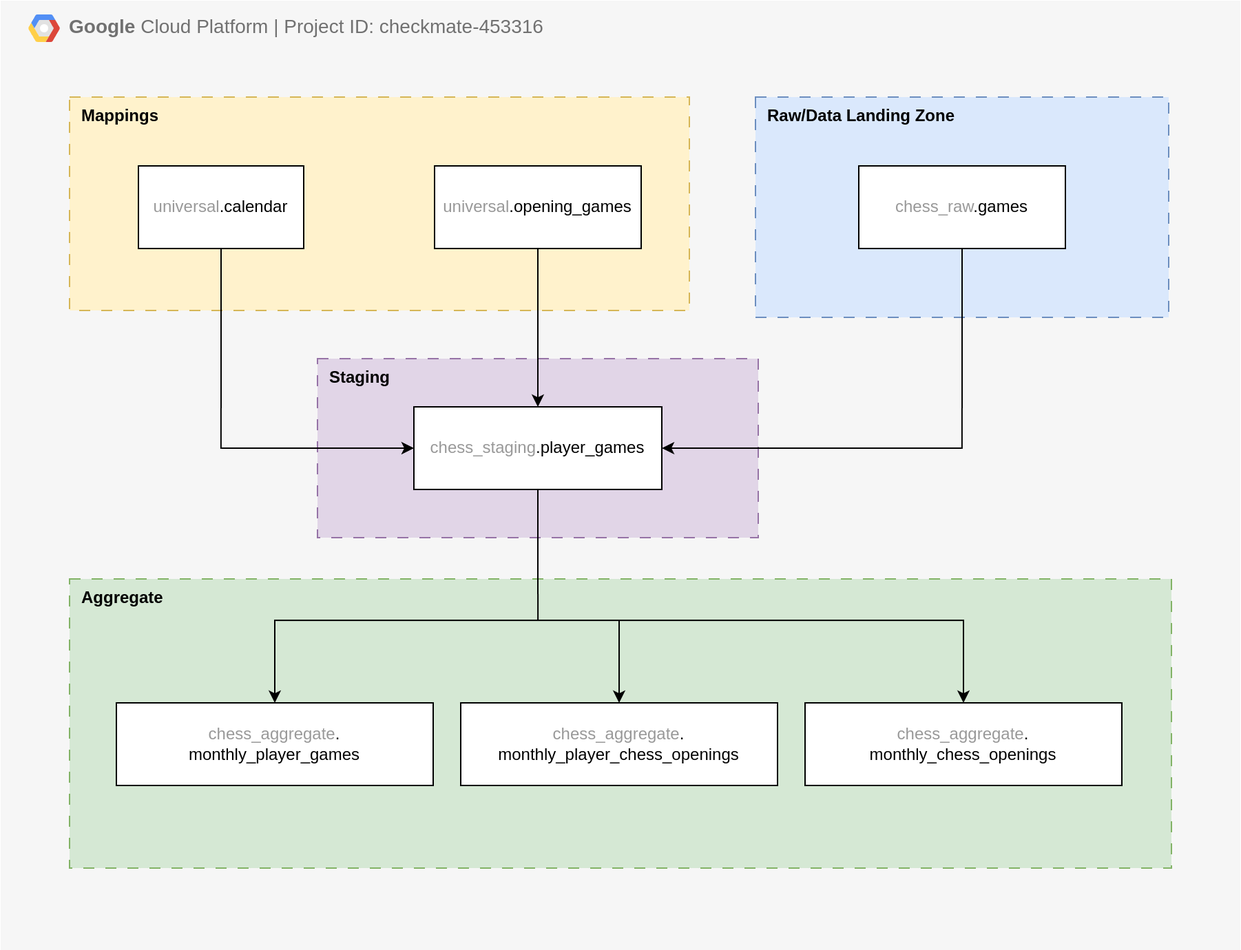
The draw.io diagram diagrams/architecture/exports/sql_tables.png in Filpill/chess_analysis, before a commit. Source tidied: cells renumbered, new cells last; positions are measured from the earlier drawing's top-left corner, leaving out a move shared by most shapes. Source of this version:
```xml
<mxGraphModel>
  <root>
    <mxCell id="0" />
    <mxCell id="1" parent="0" />
    <mxCell id="2" value="&lt;b&gt;Google &lt;/b&gt;Cloud Platform | Project ID: checkmate-453316" style="fillColor=#F6F6F6;strokeColor=none;shadow=0;gradientColor=none;fontSize=14;align=left;spacing=10;fontColor=#717171;9E9E9E;verticalAlign=top;spacingTop=-4;fontStyle=0;spacingLeft=40;html=1;whiteSpace=wrap;" parent="1" vertex="1">
      <mxGeometry width="900" height="690" as="geometry" />
    </mxCell>
    <mxCell id="3" style="shape=mxgraph.gcp2.google_cloud_platform;fillColor=#F6F6F6;strokeColor=none;shadow=0;gradientColor=none;" parent="2" vertex="1">
      <mxGeometry width="23" height="20" relative="1" as="geometry">
        <mxPoint x="20" y="10" as="offset" />
      </mxGeometry>
    </mxCell>
    <mxCell id="4" value="&lt;b&gt;Mappings&lt;/b&gt;" style="rounded=0;whiteSpace=wrap;html=1;dashed=1;dashPattern=8 8;fillColor=#fff2cc;align=left;verticalAlign=top;spacingLeft=7;strokeColor=#d6b656;" parent="1" vertex="1">
      <mxGeometry x="50" y="70" width="450" height="155" as="geometry" />
    </mxCell>
    <mxCell id="5" value="&lt;b&gt;Raw/Data Landing Zone&lt;/b&gt;" style="rounded=0;whiteSpace=wrap;html=1;dashed=1;dashPattern=8 8;fillColor=#dae8fc;align=left;verticalAlign=top;spacingLeft=7;strokeColor=#6c8ebf;" parent="1" vertex="1">
      <mxGeometry x="548" y="70" width="300" height="160" as="geometry" />
    </mxCell>
    <mxCell id="6" value="&lt;b&gt;Staging&lt;/b&gt;" style="rounded=0;whiteSpace=wrap;html=1;dashed=1;dashPattern=8 8;fillColor=#e1d5e7;align=left;verticalAlign=top;spacingLeft=7;strokeColor=#9673a6;" parent="1" vertex="1">
      <mxGeometry x="230" y="260" width="320" height="130" as="geometry" />
    </mxCell>
    <mxCell id="7" value="&lt;b&gt;Aggregate&lt;/b&gt;" style="rounded=0;whiteSpace=wrap;html=1;dashed=1;dashPattern=8 8;fillColor=#d5e8d4;align=left;verticalAlign=top;spacingLeft=7;strokeColor=#82b366;" parent="1" vertex="1">
      <mxGeometry x="50" y="420" width="800" height="210" as="geometry" />
    </mxCell>
    <mxCell id="8" style="edgeStyle=orthogonalEdgeStyle;rounded=0;jettySize=auto;html=1;exitX=0.5;exitY=1;exitDx=0;exitDy=0;entryX=0;entryY=0.5;entryDx=0;entryDy=0;" parent="1" edge="1" source="9" target="17">
      <mxGeometry relative="1" as="geometry" />
    </mxCell>
    <mxCell id="9" value="&lt;font style=&quot;color: rgb(153, 153, 153);&quot;&gt;universal&lt;/font&gt;.calendar" style="rounded=0;whiteSpace=wrap;html=1;" parent="1" vertex="1">
      <mxGeometry x="100" y="120" width="120" height="60" as="geometry" />
    </mxCell>
    <mxCell id="10" style="edgeStyle=orthogonalEdgeStyle;rounded=0;jettySize=auto;html=1;exitX=0.5;exitY=1;exitDx=0;exitDy=0;entryX=0.5;entryY=0;entryDx=0;entryDy=0;" parent="1" edge="1" source="11" target="17">
      <mxGeometry relative="1" as="geometry" />
    </mxCell>
    <mxCell id="11" value="&lt;font style=&quot;color: rgb(153, 153, 153);&quot;&gt;universal&lt;/font&gt;.opening_games" style="rounded=0;whiteSpace=wrap;html=1;" parent="1" vertex="1">
      <mxGeometry x="315" y="120" width="150" height="60" as="geometry" />
    </mxCell>
    <mxCell id="12" style="edgeStyle=orthogonalEdgeStyle;rounded=0;jettySize=auto;html=1;exitX=0.5;exitY=1;exitDx=0;exitDy=0;entryX=1;entryY=0.5;entryDx=0;entryDy=0;" parent="1" edge="1" source="13" target="17">
      <mxGeometry relative="1" as="geometry" />
    </mxCell>
    <mxCell id="13" value="&lt;font style=&quot;color: rgb(153, 153, 153);&quot;&gt;chess_raw&lt;/font&gt;.games" style="rounded=0;whiteSpace=wrap;html=1;" parent="1" vertex="1">
      <mxGeometry x="623" y="120" width="150" height="60" as="geometry" />
    </mxCell>
    <mxCell id="14" style="edgeStyle=orthogonalEdgeStyle;rounded=0;jettySize=auto;html=1;exitX=0.5;exitY=1;exitDx=0;exitDy=0;" parent="1" edge="1" source="17" target="18">
      <mxGeometry relative="1" as="geometry">
        <Array as="points">
          <mxPoint x="390" y="450" />
          <mxPoint x="199" y="450" />
        </Array>
      </mxGeometry>
    </mxCell>
    <mxCell id="15" style="edgeStyle=orthogonalEdgeStyle;rounded=0;jettySize=auto;html=1;exitX=0.5;exitY=1;exitDx=0;exitDy=0;entryX=0.5;entryY=0;entryDx=0;entryDy=0;" parent="1" edge="1" source="17" target="19">
      <mxGeometry relative="1" as="geometry">
        <Array as="points">
          <mxPoint x="390" y="450" />
          <mxPoint x="449" y="450" />
        </Array>
      </mxGeometry>
    </mxCell>
    <mxCell id="16" style="edgeStyle=orthogonalEdgeStyle;rounded=0;jettySize=auto;html=1;exitX=0.5;exitY=1;exitDx=0;exitDy=0;" parent="1" edge="1" source="17" target="20">
      <mxGeometry relative="1" as="geometry">
        <Array as="points">
          <mxPoint x="390" y="450" />
          <mxPoint x="699" y="450" />
        </Array>
      </mxGeometry>
    </mxCell>
    <mxCell id="17" value="&lt;font style=&quot;color: rgb(153, 153, 153);&quot;&gt;chess_staging&lt;/font&gt;.player_games" style="rounded=0;whiteSpace=wrap;html=1;" parent="1" vertex="1">
      <mxGeometry x="300" y="295" width="180" height="60" as="geometry" />
    </mxCell>
    <mxCell id="18" value="&lt;font style=&quot;color: rgb(153, 153, 153);&quot;&gt;chess_aggregate&lt;/font&gt;.&lt;div&gt;monthly_player_games&lt;/div&gt;" style="rounded=0;whiteSpace=wrap;html=1;" parent="1" vertex="1">
      <mxGeometry x="84" y="510" width="230" height="60" as="geometry" />
    </mxCell>
    <mxCell id="19" value="&lt;font style=&quot;color: rgb(153, 153, 153);&quot;&gt;chess_aggregate&lt;/font&gt;.&lt;div&gt;monthly_player_chess_openings&lt;/div&gt;" style="rounded=0;whiteSpace=wrap;html=1;" parent="1" vertex="1">
      <mxGeometry x="334" y="510" width="230" height="60" as="geometry" />
    </mxCell>
    <mxCell id="20" value="&lt;font style=&quot;color: rgb(153, 153, 153);&quot;&gt;chess_aggregate&lt;/font&gt;.&lt;div&gt;monthly_chess_openings&lt;/div&gt;" style="rounded=0;whiteSpace=wrap;html=1;" parent="1" vertex="1">
      <mxGeometry x="584" y="510" width="230" height="60" as="geometry" />
    </mxCell>
  </root>
</mxGraphModel>
```
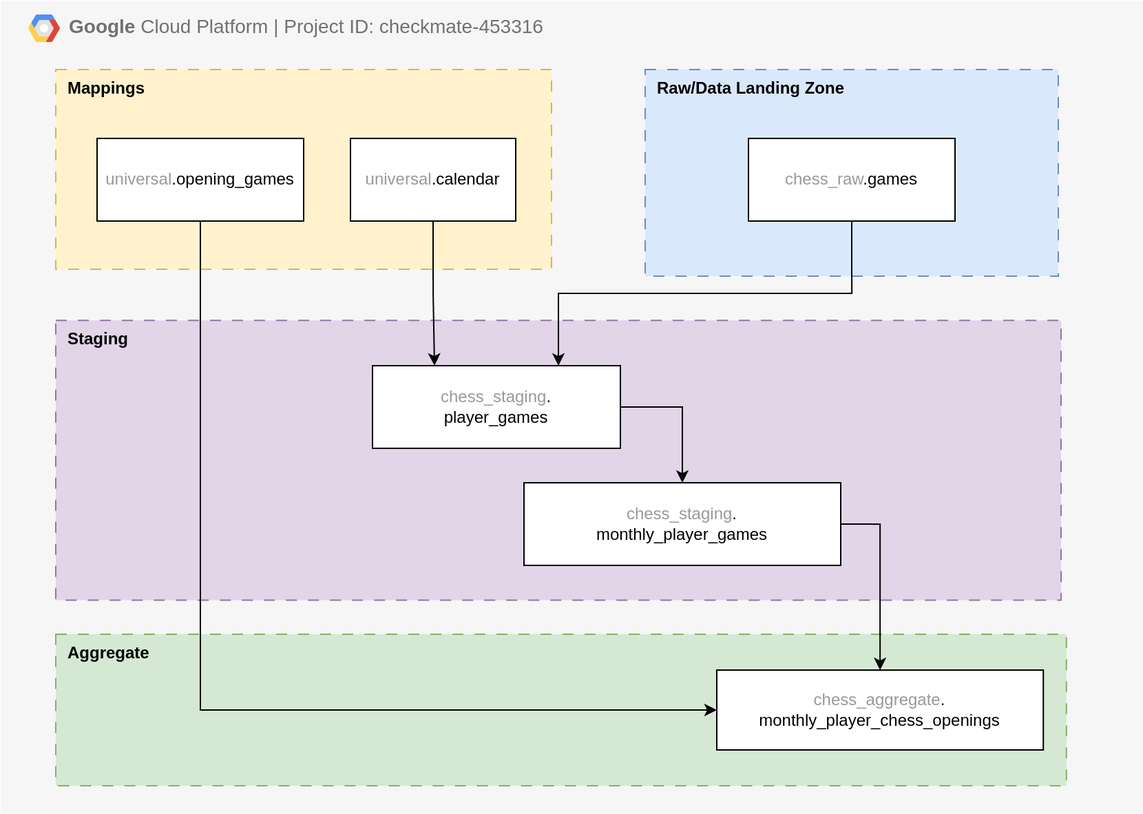
Above is the later version.

The edit, as a diff of the source:
```diff
@@ -3,78 +3,57 @@
     <mxCell id="0" />
     <mxCell id="1" parent="0" />
     <mxCell id="2" value="&lt;b&gt;Google &lt;/b&gt;Cloud Platform | Project ID: checkmate-453316" style="fillColor=#F6F6F6;strokeColor=none;shadow=0;gradientColor=none;fontSize=14;align=left;spacing=10;fontColor=#717171;9E9E9E;verticalAlign=top;spacingTop=-4;fontStyle=0;spacingLeft=40;html=1;whiteSpace=wrap;" parent="1" vertex="1">
-      <mxGeometry width="900" height="690" as="geometry" />
+      <mxGeometry x="80" y="30" width="830" height="590" as="geometry" />
     </mxCell>
+    <mxCell id="7" value="&lt;b&gt;Aggregate&lt;/b&gt;" style="rounded=0;whiteSpace=wrap;html=1;dashed=1;dashPattern=8 8;fillColor=#d5e8d4;align=left;verticalAlign=top;spacingLeft=7;strokeColor=#82b366;" parent="2" vertex="1">
+      <mxGeometry x="40" y="460" width="733.9" height="110" as="geometry" />
+    </mxCell>
     <mxCell id="3" style="shape=mxgraph.gcp2.google_cloud_platform;fillColor=#F6F6F6;strokeColor=none;shadow=0;gradientColor=none;" parent="2" vertex="1">
       <mxGeometry width="23" height="20" relative="1" as="geometry">
         <mxPoint x="20" y="10" as="offset" />
       </mxGeometry>
     </mxCell>
+    <mxCell id="19" value="&lt;font style=&quot;color: rgb(153, 153, 153);&quot;&gt;chess_aggregate&lt;/font&gt;.&lt;div&gt;monthly_player_chess_openings&lt;/div&gt;" style="rounded=0;whiteSpace=wrap;html=1;" parent="2" vertex="1">
+      <mxGeometry x="520" y="486" width="237.1" height="58" as="geometry" />
+    </mxCell>
+    <mxCell id="6" value="&lt;b&gt;Staging&lt;/b&gt;" style="rounded=0;whiteSpace=wrap;html=1;dashed=1;dashPattern=8 8;fillColor=#e1d5e7;align=left;verticalAlign=top;spacingLeft=7;strokeColor=#9673a6;" parent="2" vertex="1">
+      <mxGeometry x="40" y="232.1" width="730" height="203.1" as="geometry" />
+    </mxCell>
     <mxCell id="4" value="&lt;b&gt;Mappings&lt;/b&gt;" style="rounded=0;whiteSpace=wrap;html=1;dashed=1;dashPattern=8 8;fillColor=#fff2cc;align=left;verticalAlign=top;spacingLeft=7;strokeColor=#d6b656;" parent="1" vertex="1">
-      <mxGeometry x="50" y="70" width="450" height="155" as="geometry" />
+      <mxGeometry x="120" y="80" width="360" height="145" as="geometry" />
     </mxCell>
     <mxCell id="5" value="&lt;b&gt;Raw/Data Landing Zone&lt;/b&gt;" style="rounded=0;whiteSpace=wrap;html=1;dashed=1;dashPattern=8 8;fillColor=#dae8fc;align=left;verticalAlign=top;spacingLeft=7;strokeColor=#6c8ebf;" parent="1" vertex="1">
-      <mxGeometry x="548" y="70" width="300" height="160" as="geometry" />
+      <mxGeometry x="548" y="80" width="300" height="150" as="geometry" />
     </mxCell>
-    <mxCell id="6" value="&lt;b&gt;Staging&lt;/b&gt;" style="rounded=0;whiteSpace=wrap;html=1;dashed=1;dashPattern=8 8;fillColor=#e1d5e7;align=left;verticalAlign=top;spacingLeft=7;strokeColor=#9673a6;" parent="1" vertex="1">
-      <mxGeometry x="230" y="260" width="320" height="130" as="geometry" />
-    </mxCell>
-    <mxCell id="7" value="&lt;b&gt;Aggregate&lt;/b&gt;" style="rounded=0;whiteSpace=wrap;html=1;dashed=1;dashPattern=8 8;fillColor=#d5e8d4;align=left;verticalAlign=top;spacingLeft=7;strokeColor=#82b366;" parent="1" vertex="1">
-      <mxGeometry x="50" y="420" width="800" height="210" as="geometry" />
-    </mxCell>
-    <mxCell id="8" style="edgeStyle=orthogonalEdgeStyle;rounded=0;jettySize=auto;html=1;exitX=0.5;exitY=1;exitDx=0;exitDy=0;entryX=0;entryY=0.5;entryDx=0;entryDy=0;" parent="1" edge="1" source="9" target="17">
+    <mxCell id="8" style="edgeStyle=orthogonalEdgeStyle;rounded=0;jettySize=auto;html=1;exitX=0.5;exitY=1;exitDx=0;exitDy=0;entryX=0.25;entryY=0;entryDx=0;entryDy=0;" parent="1" edge="1" source="9" target="17">
       <mxGeometry relative="1" as="geometry" />
     </mxCell>
     <mxCell id="9" value="&lt;font style=&quot;color: rgb(153, 153, 153);&quot;&gt;universal&lt;/font&gt;.calendar" style="rounded=0;whiteSpace=wrap;html=1;" parent="1" vertex="1">
-      <mxGeometry x="100" y="120" width="120" height="60" as="geometry" />
+      <mxGeometry x="334" y="130" width="120" height="60" as="geometry" />
     </mxCell>
-    <mxCell id="10" style="edgeStyle=orthogonalEdgeStyle;rounded=0;jettySize=auto;html=1;exitX=0.5;exitY=1;exitDx=0;exitDy=0;entryX=0.5;entryY=0;entryDx=0;entryDy=0;" parent="1" edge="1" source="11" target="17">
-      <mxGeometry relative="1" as="geometry" />
-    </mxCell>
+    <mxCell id="21" style="edgeStyle=orthogonalEdgeStyle;rounded=0;jettySize=auto;html=1;exitX=0.5;exitY=1;exitDx=0;exitDy=0;entryX=0;entryY=0.5;entryDx=0;entryDy=0;" parent="1" edge="1" source="11" target="19">
+      <mxGeometry relative="1" as="geometry" />
+    </mxCell>
     <mxCell id="11" value="&lt;font style=&quot;color: rgb(153, 153, 153);&quot;&gt;universal&lt;/font&gt;.opening_games" style="rounded=0;whiteSpace=wrap;html=1;" parent="1" vertex="1">
-      <mxGeometry x="315" y="120" width="150" height="60" as="geometry" />
+      <mxGeometry x="150" y="130" width="150" height="60" as="geometry" />
     </mxCell>
-    <mxCell id="12" style="edgeStyle=orthogonalEdgeStyle;rounded=0;jettySize=auto;html=1;exitX=0.5;exitY=1;exitDx=0;exitDy=0;entryX=1;entryY=0.5;entryDx=0;entryDy=0;" parent="1" edge="1" source="13" target="17">
+    <mxCell id="12" style="edgeStyle=orthogonalEdgeStyle;rounded=0;jettySize=auto;html=1;exitX=0.5;exitY=1;exitDx=0;exitDy=0;entryX=0.75;entryY=0;entryDx=0;entryDy=0;" parent="1" edge="1" source="13" target="17">
       <mxGeometry relative="1" as="geometry" />
     </mxCell>
     <mxCell id="13" value="&lt;font style=&quot;color: rgb(153, 153, 153);&quot;&gt;chess_raw&lt;/font&gt;.games" style="rounded=0;whiteSpace=wrap;html=1;" parent="1" vertex="1">
-      <mxGeometry x="623" y="120" width="150" height="60" as="geometry" />
+      <mxGeometry x="623" y="130" width="150" height="60" as="geometry" />
     </mxCell>
-    <mxCell id="14" style="edgeStyle=orthogonalEdgeStyle;rounded=0;jettySize=auto;html=1;exitX=0.5;exitY=1;exitDx=0;exitDy=0;" parent="1" edge="1" source="17" target="18">
-      <mxGeometry relative="1" as="geometry">
-        <Array as="points">
-          <mxPoint x="390" y="450" />
-          <mxPoint x="199" y="450" />
-        </Array>
-      </mxGeometry>
+    <mxCell id="14" style="edgeStyle=orthogonalEdgeStyle;rounded=0;jettySize=auto;html=1;exitX=1;exitY=0.5;exitDx=0;exitDy=0;" parent="1" edge="1" source="17" target="18">
+      <mxGeometry relative="1" as="geometry" />
     </mxCell>
-    <mxCell id="15" style="edgeStyle=orthogonalEdgeStyle;rounded=0;jettySize=auto;html=1;exitX=0.5;exitY=1;exitDx=0;exitDy=0;entryX=0.5;entryY=0;entryDx=0;entryDy=0;" parent="1" edge="1" source="17" target="19">
-      <mxGeometry relative="1" as="geometry">
-        <Array as="points">
-          <mxPoint x="390" y="450" />
-          <mxPoint x="449" y="450" />
-        </Array>
-      </mxGeometry>
-    </mxCell>
-    <mxCell id="16" style="edgeStyle=orthogonalEdgeStyle;rounded=0;jettySize=auto;html=1;exitX=0.5;exitY=1;exitDx=0;exitDy=0;" parent="1" edge="1" source="17" target="20">
-      <mxGeometry relative="1" as="geometry">
-        <Array as="points">
-          <mxPoint x="390" y="450" />
-          <mxPoint x="699" y="450" />
-        </Array>
-      </mxGeometry>
-    </mxCell>
-    <mxCell id="17" value="&lt;font style=&quot;color: rgb(153, 153, 153);&quot;&gt;chess_staging&lt;/font&gt;.player_games" style="rounded=0;whiteSpace=wrap;html=1;" parent="1" vertex="1">
-      <mxGeometry x="300" y="295" width="180" height="60" as="geometry" />
+    <mxCell id="17" value="&lt;font style=&quot;color: rgb(153, 153, 153);&quot;&gt;chess_staging&lt;/font&gt;.&lt;div&gt;player_games&lt;/div&gt;" style="rounded=0;whiteSpace=wrap;html=1;" parent="1" vertex="1">
+      <mxGeometry x="350" y="295" width="180" height="60" as="geometry" />
     </mxCell>
+    <mxCell id="22" style="edgeStyle=orthogonalEdgeStyle;rounded=0;jettySize=auto;html=1;exitX=1;exitY=0.5;exitDx=0;exitDy=0;entryX=0.5;entryY=0;entryDx=0;entryDy=0;" parent="1" edge="1" source="18" target="19">
+      <mxGeometry relative="1" as="geometry" />
+    </mxCell>
-    <mxCell id="18" value="&lt;font style=&quot;color: rgb(153, 153, 153);&quot;&gt;chess_aggregate&lt;/font&gt;.&lt;div&gt;monthly_player_games&lt;/div&gt;" style="rounded=0;whiteSpace=wrap;html=1;" parent="1" vertex="1">
-      <mxGeometry x="84" y="510" width="230" height="60" as="geometry" />
+    <mxCell id="18" value="&lt;font style=&quot;color: rgb(153, 153, 153);&quot;&gt;chess_staging&lt;/font&gt;.&lt;div&gt;monthly_player_games&lt;/div&gt;" style="rounded=0;whiteSpace=wrap;html=1;" parent="1" vertex="1">
+      <mxGeometry x="460" y="380" width="230" height="60" as="geometry" />
     </mxCell>
-    <mxCell id="19" value="&lt;font style=&quot;color: rgb(153, 153, 153);&quot;&gt;chess_aggregate&lt;/font&gt;.&lt;div&gt;monthly_player_chess_openings&lt;/div&gt;" style="rounded=0;whiteSpace=wrap;html=1;" parent="1" vertex="1">
-      <mxGeometry x="334" y="510" width="230" height="60" as="geometry" />
-    </mxCell>
-    <mxCell id="20" value="&lt;font style=&quot;color: rgb(153, 153, 153);&quot;&gt;chess_aggregate&lt;/font&gt;.&lt;div&gt;monthly_chess_openings&lt;/div&gt;" style="rounded=0;whiteSpace=wrap;html=1;" parent="1" vertex="1">
-      <mxGeometry x="584" y="510" width="230" height="60" as="geometry" />
-    </mxCell>
   </root>
 </mxGraphModel>
```
